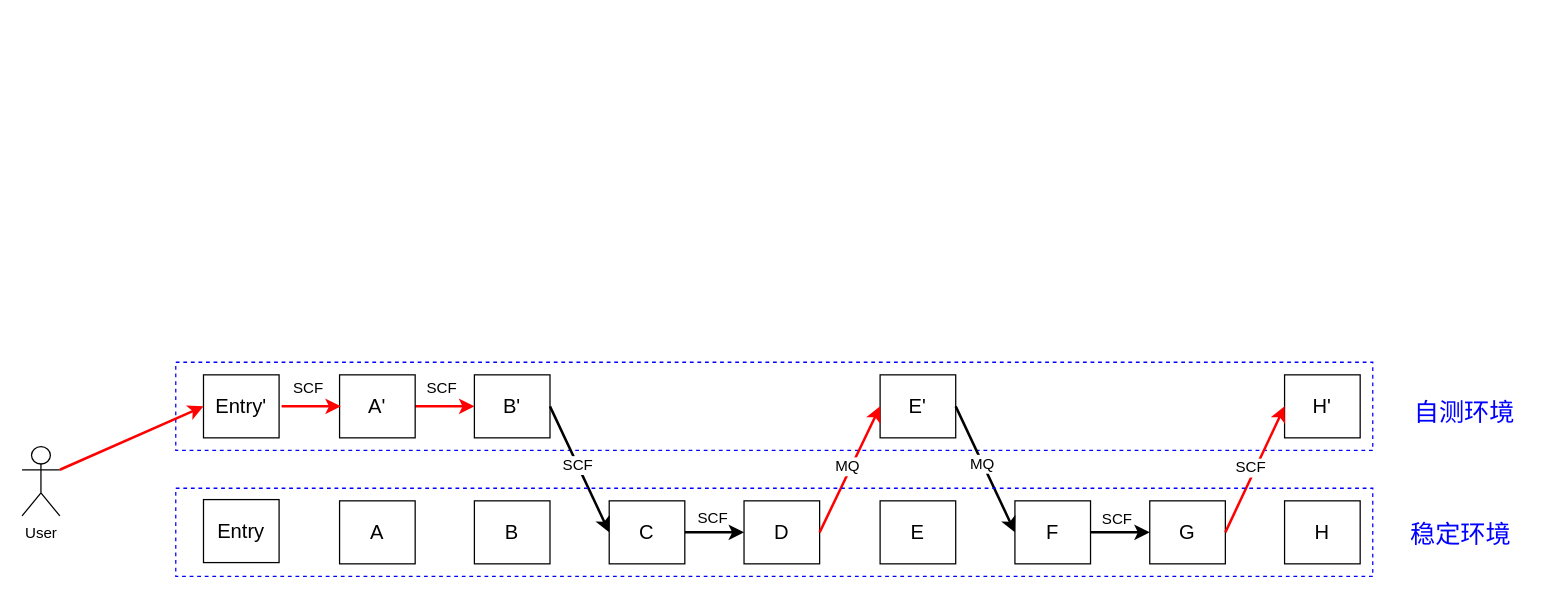
waterystone/draw_io keeps this draw.io diagram as zz/zzscf/flow_tag_router.drawio. Above is the earlier version. Source tidied: cells renumbered, new cells numbered last; positions are measured from the earlier drawing's top-left corner, leaving out a move shared by most shapes. Both pictures are drawn from the tidied source at 126%, with x=0, y=0 at pixel (21, 362).
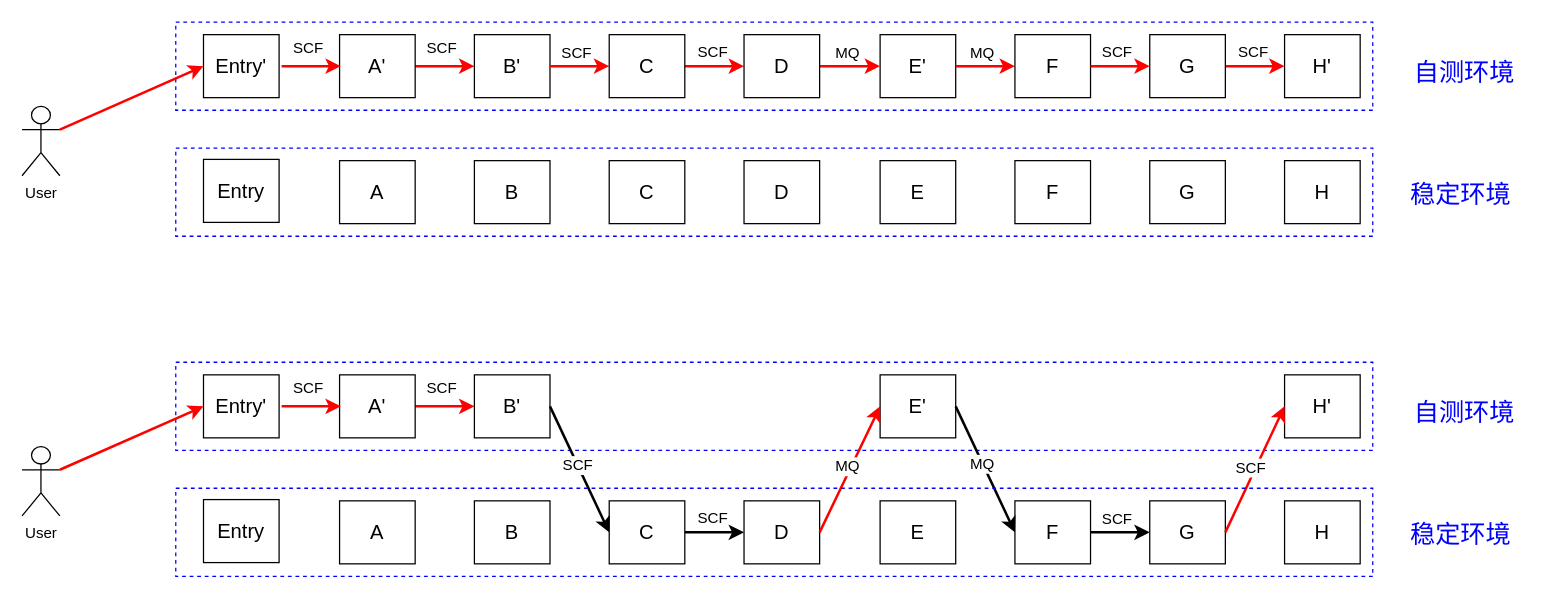
Above is the later version.

Diff of the diagram source:
```diff
@@
+    <mxCell id="38" style="rounded=0;whiteSpace=wrap;html=1;dashed=1;fillColor=none;strokeColor=#0000FF;" parent="1" vertex="1">
+      <mxGeometry x="122" y="-170" width="950" height="70" as="geometry" />
+    </mxCell>
@@
+    <mxCell id="39" style="rounded=0;whiteSpace=wrap;html=1;dashed=1;fillColor=none;strokeColor=#0000FF;" parent="1" vertex="1">
+      <mxGeometry x="122" y="-270" width="950" height="70" as="geometry" />
+    </mxCell>
+    <mxCell id="40" value="&lt;font style=&quot;font-size: 16px&quot;&gt;A&lt;/font&gt;" style="rounded=0;whiteSpace=wrap;html=1;" parent="1" vertex="1">
+      <mxGeometry x="252" y="-160" width="60" height="50" as="geometry" />
+    </mxCell>
+    <mxCell id="41" value="&lt;font style=&quot;font-size: 16px&quot;&gt;B&lt;/font&gt;" style="rounded=0;whiteSpace=wrap;html=1;" parent="1" vertex="1">
+      <mxGeometry x="359" y="-160" width="60" height="50" as="geometry" />
+    </mxCell>
+    <mxCell id="42" value="&lt;span style=&quot;font-size: 16px&quot;&gt;C&lt;/span&gt;" style="rounded=0;whiteSpace=wrap;html=1;" parent="1" vertex="1">
+      <mxGeometry x="466" y="-160" width="60" height="50" as="geometry" />
+    </mxCell>
+    <mxCell id="43" value="&lt;span style=&quot;font-size: 16px&quot;&gt;D&lt;/span&gt;" style="rounded=0;whiteSpace=wrap;html=1;" parent="1" vertex="1">
+      <mxGeometry x="573" y="-160" width="60" height="50" as="geometry" />
+    </mxCell>
+    <mxCell id="44" value="&lt;font style=&quot;font-size: 16px&quot;&gt;E&lt;/font&gt;" style="rounded=0;whiteSpace=wrap;html=1;" parent="1" vertex="1">
+      <mxGeometry x="681" y="-160" width="60" height="50" as="geometry" />
+    </mxCell>
+    <mxCell id="45" value="&lt;font style=&quot;font-size: 16px&quot;&gt;F&lt;/font&gt;" style="rounded=0;whiteSpace=wrap;html=1;" parent="1" vertex="1">
+      <mxGeometry x="788" y="-160" width="60" height="50" as="geometry" />
+    </mxCell>
+    <mxCell id="46" value="&lt;font style=&quot;font-size: 16px&quot;&gt;G&lt;/font&gt;" style="rounded=0;whiteSpace=wrap;html=1;" parent="1" vertex="1">
+      <mxGeometry x="895" y="-160" width="60" height="50" as="geometry" />
+    </mxCell>
+    <mxCell id="47" value="&lt;span style=&quot;font-size: 16px&quot;&gt;H&lt;/span&gt;" style="rounded=0;whiteSpace=wrap;html=1;" parent="1" vertex="1">
+      <mxGeometry x="1002" y="-160" width="60" height="50" as="geometry" />
+    </mxCell>
+    <mxCell id="48" style="edgeStyle=orthogonalEdgeStyle;rounded=0;jettySize=auto;html=1;exitX=1;exitY=0.5;exitDx=0;exitDy=0;entryX=0;entryY=0.5;entryDx=0;entryDy=0;strokeColor=#FF0000;strokeWidth=2;" parent="1" edge="1" source="50" target="51">
+      <mxGeometry relative="1" as="geometry" />
+    </mxCell>
+    <mxCell id="49" value="SCF" style="text;html=1;align=center;verticalAlign=middle;labelBackgroundColor=#ffffff;" parent="48" vertex="1">
+      <mxGeometry x="-0.06" relative="1" as="geometry">
+        <mxPoint x="-2" y="-15" as="offset" />
+      </mxGeometry>
+    </mxCell>
+    <mxCell id="50" value="&lt;font style=&quot;font-size: 16px&quot;&gt;A'&lt;/font&gt;" style="rounded=0;whiteSpace=wrap;html=1;" parent="1" vertex="1">
+      <mxGeometry x="252" y="-260" width="60" height="50" as="geometry" />
+    </mxCell>
+    <mxCell id="51" value="&lt;font style=&quot;font-size: 16px&quot;&gt;B'&lt;/font&gt;" style="rounded=0;whiteSpace=wrap;html=1;" parent="1" vertex="1">
+      <mxGeometry x="359" y="-260" width="60" height="50" as="geometry" />
+    </mxCell>
+    <mxCell id="52" value="&lt;font style=&quot;font-size: 16px&quot;&gt;E'&lt;/font&gt;" style="rounded=0;whiteSpace=wrap;html=1;" parent="1" vertex="1">
+      <mxGeometry x="681" y="-260" width="60" height="50" as="geometry" />
+    </mxCell>
+    <mxCell id="53" value="&lt;span style=&quot;font-size: 16px&quot;&gt;H'&lt;/span&gt;" style="rounded=0;whiteSpace=wrap;html=1;" parent="1" vertex="1">
+      <mxGeometry x="1002" y="-260" width="60" height="50" as="geometry" />
+    </mxCell>
+    <mxCell id="54" style="endArrow=classic;html=1;exitX=1;exitY=0.5;exitDx=0;exitDy=0;entryX=0;entryY=0.5;entryDx=0;entryDy=0;strokeWidth=2;strokeColor=#FF0000;" parent="1" edge="1" source="51" target="72">
+      <mxGeometry relative="1" as="geometry" />
+    </mxCell>
+    <mxCell id="55" value="SCF" style="text;html=1;align=center;verticalAlign=middle;labelBackgroundColor=#ffffff;" parent="54" vertex="1">
+      <mxGeometry x="-0.08" relative="1" as="geometry">
+        <mxPoint x="-2" y="-11" as="offset" />
+      </mxGeometry>
+    </mxCell>
+    <mxCell id="56" style="endArrow=classic;html=1;strokeColor=#FF0000;strokeWidth=2;exitX=1;exitY=0.5;exitDx=0;exitDy=0;entryX=0;entryY=0.5;entryDx=0;entryDy=0;" parent="1" edge="1" source="73" target="52">
+      <mxGeometry relative="1" as="geometry" />
+    </mxCell>
+    <mxCell id="57" value="MQ" style="text;html=1;align=center;verticalAlign=middle;labelBackgroundColor=#ffffff;" parent="56" vertex="1">
+      <mxGeometry x="0.02" y="3" relative="1" as="geometry">
+        <mxPoint x="-3" y="-8" as="offset" />
+      </mxGeometry>
+    </mxCell>
+    <mxCell id="58" style="endArrow=classic;html=1;exitX=1;exitY=0.5;exitDx=0;exitDy=0;entryX=0;entryY=0.5;entryDx=0;entryDy=0;strokeWidth=2;strokeColor=#FF0000;" parent="1" edge="1" source="52" target="74">
+      <mxGeometry relative="1" as="geometry" />
+    </mxCell>
+    <mxCell id="59" value="MQ" style="text;html=1;align=center;verticalAlign=middle;labelBackgroundColor=#ffffff;" parent="58" vertex="1">
+      <mxGeometry x="-0.09" y="-1" relative="1" as="geometry">
+        <mxPoint x="-1" y="-12" as="offset" />
+      </mxGeometry>
+    </mxCell>
+    <mxCell id="60" style="endArrow=classic;html=1;strokeColor=#FF0000;strokeWidth=2;exitX=1;exitY=0.5;exitDx=0;exitDy=0;entryX=0;entryY=0.5;entryDx=0;entryDy=0;" parent="1" edge="1" source="75" target="53">
+      <mxGeometry relative="1" as="geometry" />
+    </mxCell>
+    <mxCell id="61" value="SCF" style="text;html=1;align=center;verticalAlign=middle;labelBackgroundColor=#ffffff;" parent="60" vertex="1">
+      <mxGeometry x="-0.01" y="4" relative="1" as="geometry">
+        <mxPoint x="-2" y="-8" as="offset" />
+      </mxGeometry>
+    </mxCell>
+    <mxCell id="62" value="&lt;font style=&quot;font-size: 20px&quot; color=&quot;#0000ff&quot;&gt;自测环境&lt;/font&gt;" style="text;html=1;align=left;verticalAlign=top;spacingTop=-4;" parent="1" vertex="1">
+      <mxGeometry x="1103" y="-245" width="100" height="20" as="geometry" />
+    </mxCell>
+    <mxCell id="63" value="&lt;font style=&quot;font-size: 20px&quot; color=&quot;#0000ff&quot;&gt;稳定环境&lt;/font&gt;" style="text;html=1;align=left;verticalAlign=top;spacingTop=-4;" parent="1" vertex="1">
+      <mxGeometry x="1100" y="-148" width="100" height="20" as="geometry" />
+    </mxCell>
+    <mxCell id="64" value="User" style="shape=umlActor;verticalLabelPosition=bottom;labelBackgroundColor=#ffffff;verticalAlign=top;html=1;outlineConnect=0;fillColor=none;" parent="1" vertex="1">
+      <mxGeometry y="-203" width="30" height="55" as="geometry" />
+    </mxCell>
+    <mxCell id="65" style="edgeStyle=orthogonalEdgeStyle;rounded=0;orthogonalLoop=1;jettySize=auto;html=1;exitX=1;exitY=0.5;exitDx=0;exitDy=0;entryX=0;entryY=0.5;entryDx=0;entryDy=0;strokeColor=#FF0000;strokeWidth=2;" parent="1" edge="1">
+      <mxGeometry relative="1" as="geometry">
+        <mxPoint x="206" y="-235" as="sourcePoint" />
+        <mxPoint x="253" y="-235" as="targetPoint" />
+      </mxGeometry>
+    </mxCell>
+    <mxCell id="66" value="SCF" style="text;html=1;align=center;verticalAlign=middle;labelBackgroundColor=#ffffff;" parent="65" vertex="1">
+      <mxGeometry x="-0.06" relative="1" as="geometry">
+        <mxPoint x="-2" y="-15" as="offset" />
+      </mxGeometry>
+    </mxCell>
+    <mxCell id="67" value="&lt;font style=&quot;font-size: 16px&quot;&gt;Entry'&lt;/font&gt;" style="rounded=0;whiteSpace=wrap;html=1;" parent="1" vertex="1">
+      <mxGeometry x="144" y="-260" width="60" height="50" as="geometry" />
+    </mxCell>
+    <mxCell id="68" value="&lt;font style=&quot;font-size: 16px&quot;&gt;Entry&lt;/font&gt;" style="rounded=0;whiteSpace=wrap;html=1;" parent="1" vertex="1">
+      <mxGeometry x="144" y="-161" width="60" height="50" as="geometry" />
+    </mxCell>
+    <mxCell id="69" style="endArrow=classic;html=1;strokeColor=#FF0000;strokeWidth=2;entryX=0;entryY=0.5;entryDx=0;entryDy=0;exitX=1;exitY=0.3333333333333333;exitDx=0;exitDy=0;exitPerimeter=0;" parent="1" edge="1" source="64" target="67">
+      <mxGeometry relative="1" as="geometry" />
+    </mxCell>
+    <mxCell id="70" style="edgeStyle=orthogonalEdgeStyle;rounded=0;jettySize=auto;html=1;exitX=1;exitY=0.5;exitDx=0;exitDy=0;entryX=0;entryY=0.5;entryDx=0;entryDy=0;strokeWidth=2;strokeColor=#FF0000;" parent="1" edge="1" source="72" target="73">
+      <mxGeometry relative="1" as="geometry" />
+    </mxCell>
+    <mxCell id="71" value="SCF" style="text;html=1;align=center;verticalAlign=middle;labelBackgroundColor=#ffffff;" parent="70" vertex="1">
+      <mxGeometry x="-0.15" y="4" relative="1" as="geometry">
+        <mxPoint x="1.5" y="-8" as="offset" />
+      </mxGeometry>
+    </mxCell>
+    <mxCell id="72" value="&lt;span style=&quot;font-size: 16px&quot;&gt;C&lt;/span&gt;" style="rounded=0;whiteSpace=wrap;html=1;" parent="1" vertex="1">
+      <mxGeometry x="466" y="-260" width="60" height="50" as="geometry" />
+    </mxCell>
+    <mxCell id="73" value="&lt;span style=&quot;font-size: 16px&quot;&gt;D&lt;/span&gt;" style="rounded=0;whiteSpace=wrap;html=1;" parent="1" vertex="1">
+      <mxGeometry x="573" y="-260" width="60" height="50" as="geometry" />
+    </mxCell>
+    <mxCell id="74" value="&lt;font style=&quot;font-size: 16px&quot;&gt;F&lt;/font&gt;" style="rounded=0;whiteSpace=wrap;html=1;" parent="1" vertex="1">
+      <mxGeometry x="788" y="-260" width="60" height="50" as="geometry" />
+    </mxCell>
+    <mxCell id="75" value="&lt;font style=&quot;font-size: 16px&quot;&gt;G&lt;/font&gt;" style="rounded=0;whiteSpace=wrap;html=1;" parent="1" vertex="1">
+      <mxGeometry x="895" y="-260" width="60" height="50" as="geometry" />
+    </mxCell>
+    <mxCell id="76" style="edgeStyle=orthogonalEdgeStyle;rounded=0;jettySize=auto;html=1;exitX=1;exitY=0.5;exitDx=0;exitDy=0;entryX=0;entryY=0.5;entryDx=0;entryDy=0;strokeWidth=2;strokeColor=#FF0000;" parent="1" edge="1" source="74" target="75">
+      <mxGeometry relative="1" as="geometry" />
+    </mxCell>
+    <mxCell id="77" value="SCF" style="text;html=1;align=center;verticalAlign=middle;labelBackgroundColor=#ffffff;direction=south;" parent="1" vertex="1">
+      <mxGeometry x="867" y="-239" as="geometry">
+        <mxPoint x="1.5" y="-8" as="offset" />
+      </mxGeometry>
+    </mxCell>
```
